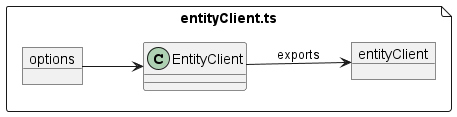
The PlantUML diagram assets/entityClient.png in karmaniverous/entity-manager-demo, before a commit.
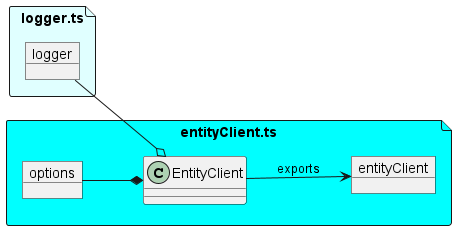
Later version of the same file.

What changed in the source:
```diff
@@ -4,11 +4,16 @@
 
 left to right direction
 
-file "entityClient.ts" as entityClientTs {
+file "logger.ts" as loggerTs #LightCyan {
+    object logger
+}
+
+file "entityClient.ts" as entityClientTs #cyan {
     object options
     class EntityClient
 
-    options --> EntityClient
+    logger --o EntityClient
+    options --* EntityClient
 
     object entityClient
 
```
